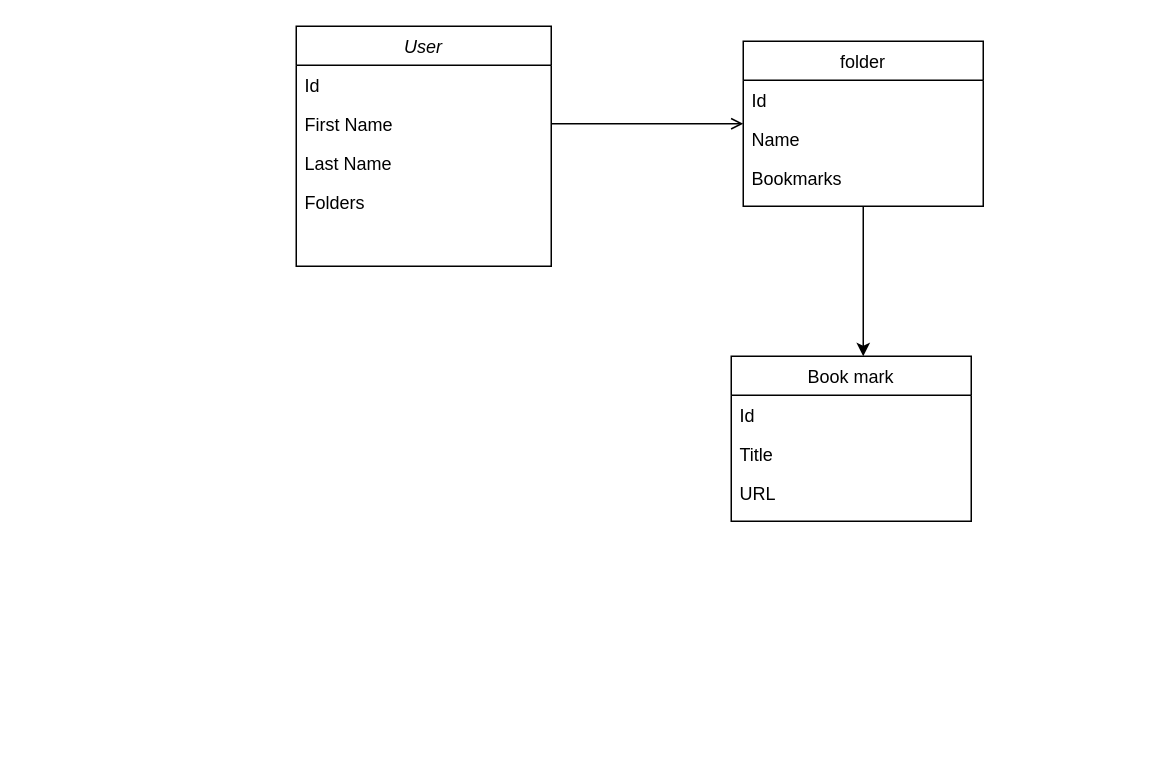
kshitizJ/spring-bookmark-task keeps this draw.io diagram as uml diagram.drawio. Above is the earlier version. Source tidied: cells renumbered, new cells numbered last; positions are measured from the earlier drawing's top-left corner, leaving out a move shared by most shapes. Both pictures are drawn from the tidied source at 150%, with x=0, y=0 at pixel (296, 26).
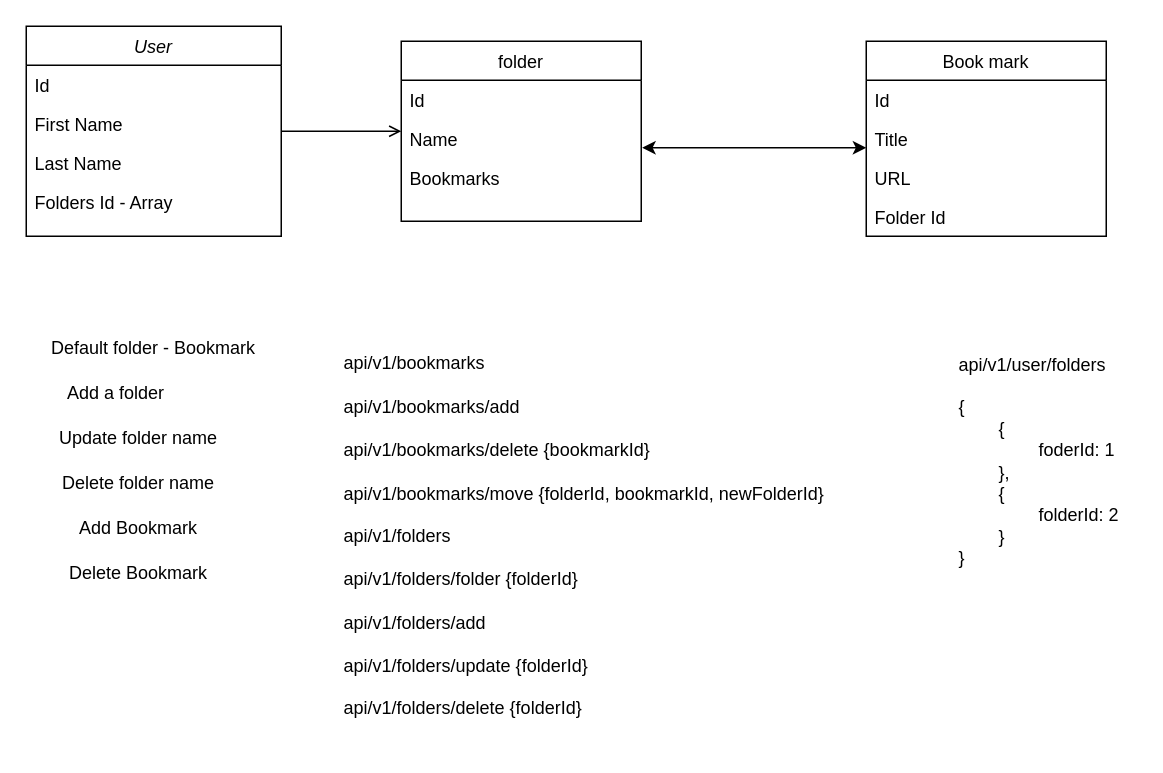
The same page after the edit.

Commit message:
added class diagram

Unchanged cells that the change refers to:
```xml
<mxCell id="9" value="Title" style="text;align=left;verticalAlign=top;spacingLeft=4;spacingRight=4;overflow=hidden;points=[[0,0.5],[1,0.5]];portConstraint=eastwest;rounded=0;shadow=0;html=0;" parent="7" vertex="1">
  <mxGeometry y="52" width="160" height="26" as="geometry" />
</mxCell>
<mxCell id="14" value="Name" style="text;align=left;verticalAlign=top;spacingLeft=4;spacingRight=4;overflow=hidden;points=[[0,0.5],[1,0.5]];portConstraint=eastwest;rounded=0;shadow=0;html=0;" parent="12" vertex="1">
  <mxGeometry y="52" width="160" height="26" as="geometry" />
</mxCell>
```

The edit, as a diff of the source:
```diff
@@
     <mxCell id="2" value="User" style="swimlane;fontStyle=2;align=center;verticalAlign=top;horizontal=1;startSize=26;rounded=0;shadow=0;strokeWidth=1;" parent="1" vertex="1">
-      <mxGeometry width="170" height="160" as="geometry" />
+      <mxGeometry x="-180" width="170" height="140" as="geometry" />
     </mxCell>
@@
-    <mxCell id="6" value="Folders" style="text;align=left;verticalAlign=top;spacingLeft=4;spacingRight=4;overflow=hidden;rounded=0;shadow=0;html=0;" parent="2" vertex="1">
+    <mxCell id="6" value="Folders Id - Array" style="text;align=left;verticalAlign=top;spacingLeft=4;spacingRight=4;overflow=hidden;rounded=0;shadow=0;html=0;" parent="2" vertex="1">
       <mxGeometry y="104" width="170" height="26" as="geometry" />
     </mxCell>
     <mxCell id="7" value="Book mark" style="swimlane;fontStyle=0;align=center;verticalAlign=top;horizontal=1;startSize=26;rounded=0;shadow=0;strokeWidth=1;" parent="1" vertex="1">
-      <mxGeometry x="290" y="220" width="160" height="110" as="geometry" />
+      <mxGeometry x="380" y="10" width="160" height="130" as="geometry" />
     </mxCell>
@@
-    <mxCell id="11" style="edgeStyle=orthogonalEdgeStyle;rounded=0;jettySize=auto;html=1;" parent="1" edge="1" source="12">
-      <mxGeometry relative="1" as="geometry">
-        <mxPoint x="378" y="220" as="targetPoint" />
-      </mxGeometry>
-    </mxCell>
+    <mxCell id="17" value="Folder Id" style="text;align=left;verticalAlign=top;spacingLeft=4;spacingRight=4;overflow=hidden;rounded=0;shadow=0;html=0;" parent="7" vertex="1">
+      <mxGeometry y="104" width="160" height="26" as="geometry" />
+    </mxCell>
     <mxCell id="12" value="folder" style="swimlane;fontStyle=0;align=center;verticalAlign=top;horizontal=1;startSize=26;rounded=0;shadow=0;strokeWidth=1;" parent="1" vertex="1">
-      <mxGeometry x="298" y="10" width="160" height="110" as="geometry" />
+      <mxGeometry x="70" y="10" width="160" height="120" as="geometry" />
     </mxCell>
@@
+    <mxCell id="18" value="Add a folder" style="text;html=1;strokeColor=none;fillColor=none;align=center;verticalAlign=middle;whiteSpace=wrap;rounded=0;" parent="1" vertex="1">
+      <mxGeometry x="-170" y="230" width="100" height="30" as="geometry" />
+    </mxCell>
+    <mxCell id="19" value="Default folder - Bookmark" style="text;html=1;strokeColor=none;fillColor=none;align=center;verticalAlign=middle;whiteSpace=wrap;rounded=0;" parent="1" vertex="1">
+      <mxGeometry x="-170" y="200" width="150" height="30" as="geometry" />
+    </mxCell>
+    <mxCell id="20" value="Update folder name" style="text;html=1;strokeColor=none;fillColor=none;align=center;verticalAlign=middle;whiteSpace=wrap;rounded=0;" parent="1" vertex="1">
+      <mxGeometry x="-170" y="260" width="130" height="30" as="geometry" />
+    </mxCell>
+    <mxCell id="21" value="Delete folder name" style="text;html=1;strokeColor=none;fillColor=none;align=center;verticalAlign=middle;whiteSpace=wrap;rounded=0;" parent="1" vertex="1">
+      <mxGeometry x="-170" y="290" width="130" height="30" as="geometry" />
+    </mxCell>
+    <mxCell id="22" value="Add Bookmark" style="text;html=1;strokeColor=none;fillColor=none;align=center;verticalAlign=middle;whiteSpace=wrap;rounded=0;" parent="1" vertex="1">
+      <mxGeometry x="-170" y="320" width="130" height="30" as="geometry" />
+    </mxCell>
+    <mxCell id="23" value="Delete Bookmark" style="text;html=1;strokeColor=none;fillColor=none;align=center;verticalAlign=middle;whiteSpace=wrap;rounded=0;" parent="1" vertex="1">
+      <mxGeometry x="-170" y="350" width="130" height="30" as="geometry" />
+    </mxCell>
+    <mxCell id="24" value="api/v1/bookmarks&lt;br&gt;&lt;br&gt;api/v1/bookmarks/add&lt;br&gt;&lt;br&gt;api/v1/bookmarks/delete {bookmarkId}&lt;br&gt;&lt;br&gt;api/v1/bookmarks/move {folderId, bookmarkId, newFolderId}&lt;br&gt;&lt;br&gt;api/v1/folders&lt;br&gt;&lt;br&gt;api/v1/folders/folder {folderId}&lt;br&gt;&lt;br&gt;api/v1/folders/add&lt;br&gt;&lt;br&gt;api/v1/folders/update {folderId}&lt;br&gt;&lt;br&gt;api/v1/folders/delete {folderId}" style="text;html=1;strokeColor=none;fillColor=none;align=left;verticalAlign=middle;whiteSpace=wrap;rounded=0;" parent="1" vertex="1">
+      <mxGeometry x="30" y="200" width="370" height="280" as="geometry" />
+    </mxCell>
+    <mxCell id="25" value="api/v1/user/folders&lt;br&gt;&lt;br&gt;{&lt;br&gt;&lt;span style=&quot;white-space: pre;&quot;&gt;&#9;&lt;/span&gt;{&lt;br&gt;&lt;span style=&quot;white-space: pre;&quot;&gt;&#9;&lt;/span&gt;&lt;span style=&quot;white-space: pre;&quot;&gt;&#9;&lt;/span&gt;foderId: 1&lt;br&gt;&lt;span style=&quot;white-space: pre;&quot;&gt;&#9;&lt;/span&gt;},&lt;br&gt;&lt;span style=&quot;white-space: pre;&quot;&gt;&#9;&lt;/span&gt;{&lt;br&gt;&lt;span style=&quot;white-space: pre;&quot;&gt;&#9;&lt;/span&gt;&lt;span style=&quot;white-space: pre;&quot;&gt;&#9;&lt;/span&gt;folderId: 2&lt;br&gt;&lt;span style=&quot;white-space: pre;&quot;&gt;&#9;&lt;/span&gt;}&lt;br&gt;}" style="text;html=1;strokeColor=none;fillColor=none;align=left;verticalAlign=middle;whiteSpace=wrap;rounded=0;" parent="1" vertex="1">
+      <mxGeometry x="440" y="200" width="120" height="180" as="geometry" />
+    </mxCell>
+    <mxCell id="26" style="endArrow=classic;startArrow=classic;html=1;rounded=0;exitX=0;exitY=0.731;exitDx=0;exitDy=0;exitPerimeter=0;entryX=1.004;entryY=0.731;entryDx=0;entryDy=0;entryPerimeter=0;" parent="1" edge="1" source="9" target="14">
+      <mxGeometry relative="1" as="geometry" />
+    </mxCell>
```
